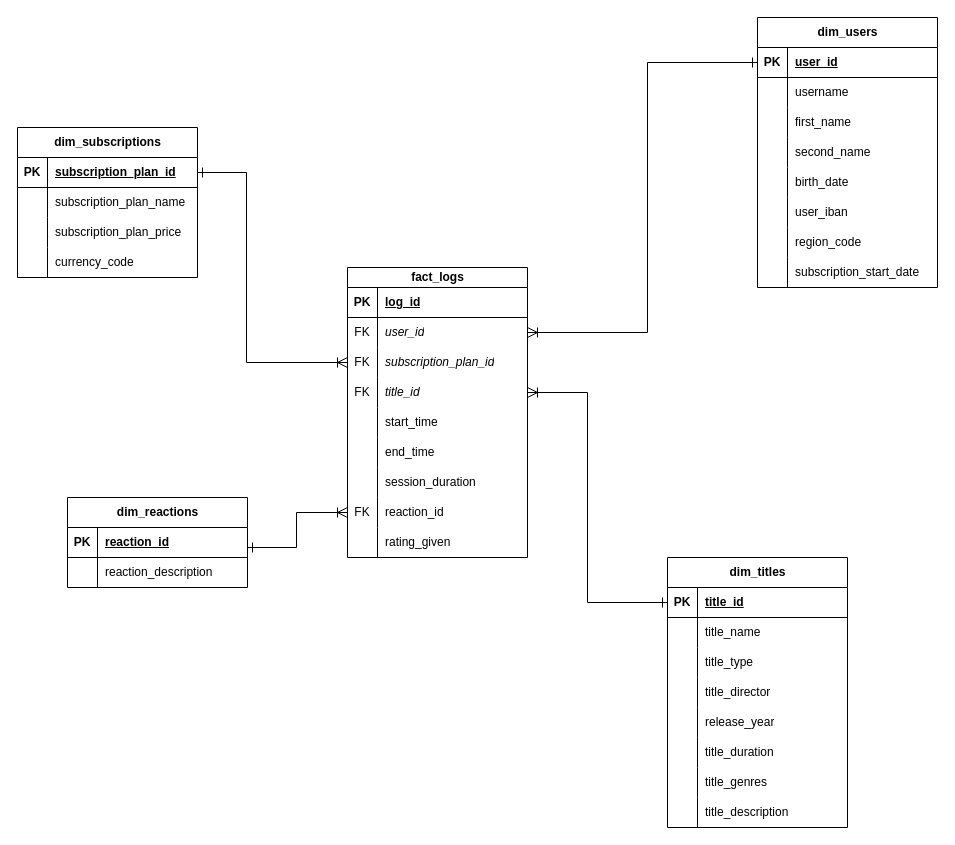
Above: Data Warehouse Arhitecture/silver/src/star_schema.drawio in zainea-bogdan/Data_Engineer_Project_WoWCinema (draw.io), before the change. Source tidied: cells renumbered, new cells numbered last; positions are measured from the earlier drawing's top-left corner, leaving out a move shared by most shapes. Both pictures are drawn from the tidied source at 100%, with x=0, y=0 at pixel (17, 17).
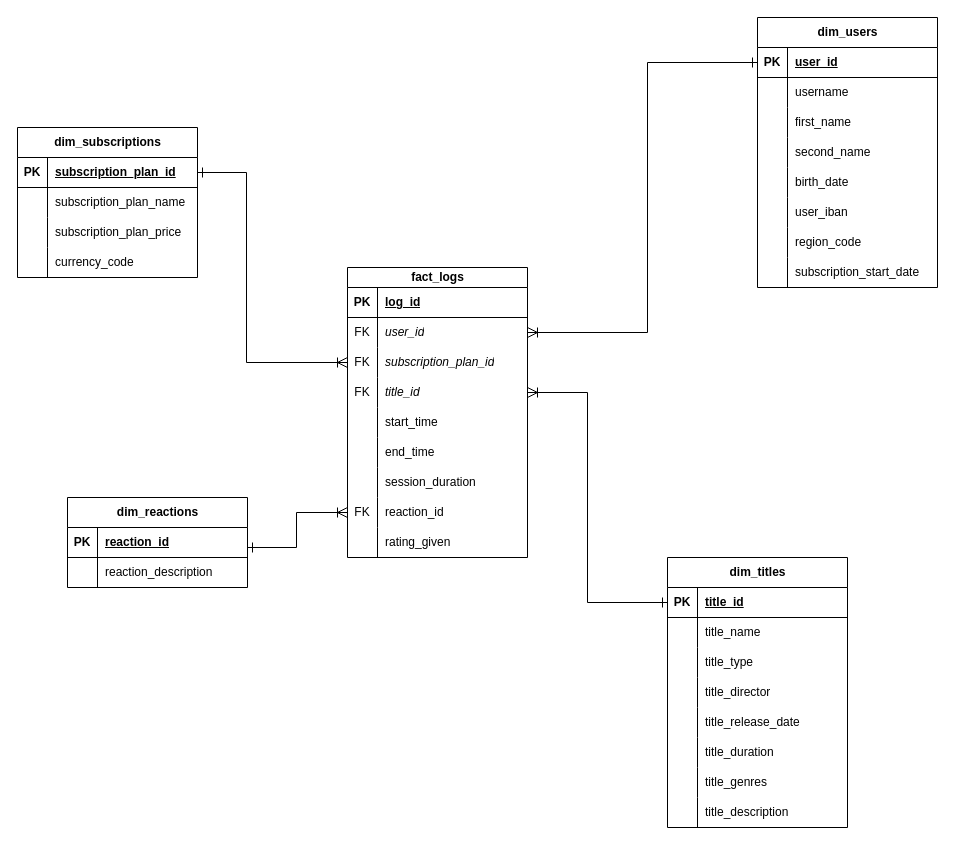
Above is the later version.

Unchanged cells that the change refers to:
```xml
<mxCell id="81" style="shape=tableRow;horizontal=0;startSize=0;swimlaneHead=0;swimlaneBody=0;fillColor=none;top=0;left=0;right=0;bottom=0;" parent="68" vertex="1">
  <mxGeometry y="150" width="180" height="30" as="geometry" />
</mxCell>
```

Diff of the diagram source:
```diff
@@
-    <mxCell id="83" value="release_year" style="shape=partialRectangle;fillColor=none;top=0;left=0;bottom=0;right=0;align=left;spacingLeft=6;overflow=hidden;whiteSpace=wrap;html=1;" parent="81" vertex="1">
+    <mxCell id="83" value="title_release_date" style="shape=partialRectangle;fillColor=none;top=0;left=0;bottom=0;right=0;align=left;spacingLeft=6;overflow=hidden;whiteSpace=wrap;html=1;" parent="81" vertex="1">
       <mxGeometry x="30" width="150" height="30" as="geometry" />
     </mxCell>
```
